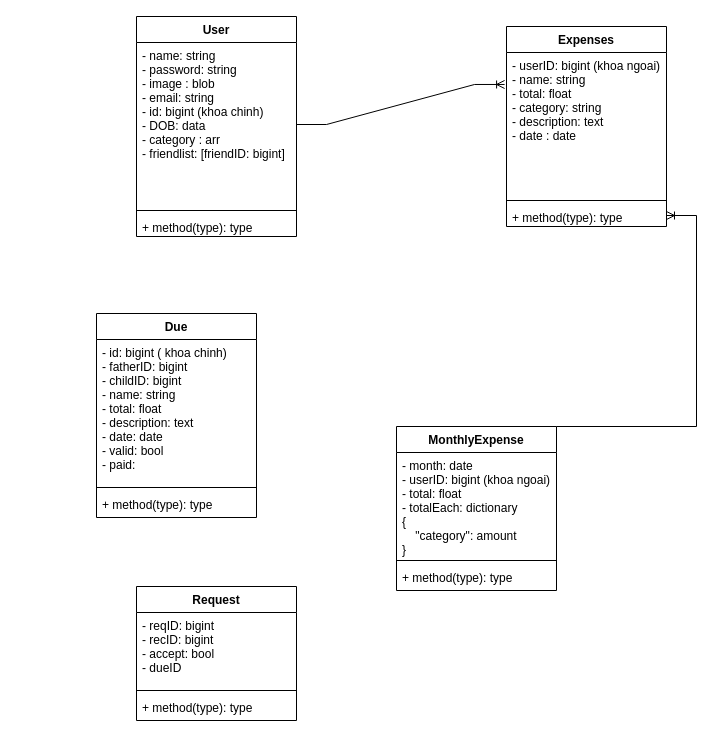
The draw.io diagram Untitled Diagram.drawio in doxkhai/Visno, before the edit. Source tidied: cells renumbered, new cells numbered last; positions are measured from the earlier drawing's top-left corner, leaving out a move shared by most shapes. Both pictures are drawn from the tidied source at 100%, with x=0, y=0 at pixel (96, 16).
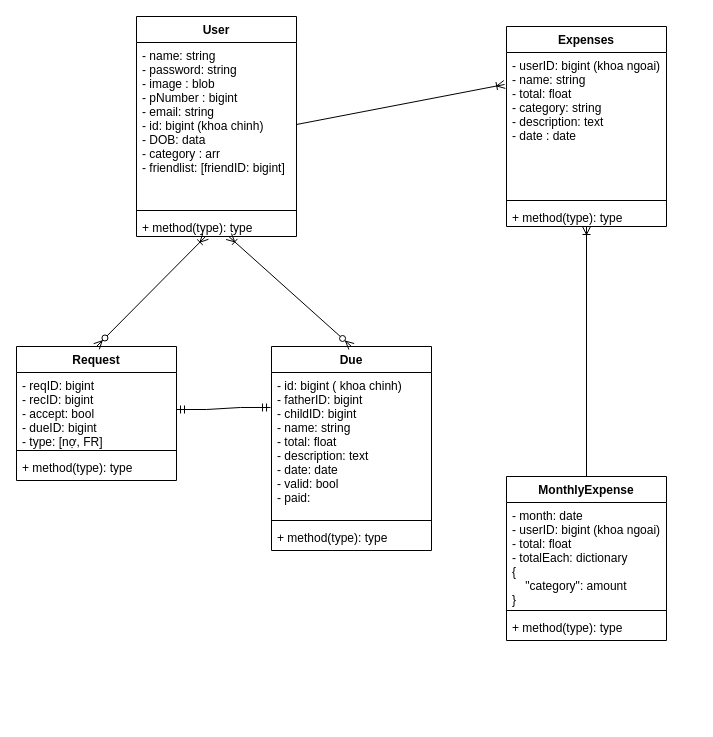
Above is the later version.

Unchanged cells that the change refers to:
```xml
<mxCell id="2" value="User" style="swimlane;fontStyle=1;align=center;verticalAlign=top;horizontal=1;startSize=26;" parent="1" vertex="1">
  <mxGeometry x="40" width="160" height="220" as="geometry" />
</mxCell>
<mxCell id="5" value="+ method(type): type" style="text;strokeColor=none;fillColor=none;align=left;verticalAlign=top;spacingLeft=4;spacingRight=4;overflow=hidden;points=[[0,0.5],[1,0.5]];portConstraint=eastwest;" parent="2" vertex="1">
  <mxGeometry y="198" width="160" height="22" as="geometry" />
</mxCell>
<mxCell id="7" value="- userID: bigint (khoa ngoai)&#10;- name: string&#10;- total: float&#10;- category: string&#10;- description: text&#10;- date : date" style="text;strokeColor=none;fillColor=none;align=left;verticalAlign=top;spacingLeft=4;spacingRight=4;overflow=hidden;points=[[0,0.5],[1,0.5]];portConstraint=eastwest;" parent="6" vertex="1">
  <mxGeometry y="26" width="160" height="144" as="geometry" />
</mxCell>
<mxCell id="9" value="+ method(type): type" style="text;strokeColor=none;fillColor=none;align=left;verticalAlign=top;spacingLeft=4;spacingRight=4;overflow=hidden;points=[[0,0.5],[1,0.5]];portConstraint=eastwest;" parent="6" vertex="1">
  <mxGeometry y="178" width="160" height="22" as="geometry" />
</mxCell>
<mxCell id="17" value="- id: bigint ( khoa chinh)&#10;- fatherID: bigint &#10;- childID: bigint&#10;- name: string&#10;- total: float&#10;- description: text&#10;- date: date&#10;- valid: bool&#10;- paid: " style="text;strokeColor=none;fillColor=none;align=left;verticalAlign=top;spacingLeft=4;spacingRight=4;overflow=hidden;points=[[0,0.5],[1,0.5]];portConstraint=eastwest;" parent="16" vertex="1">
  <mxGeometry y="26" width="160" height="144" as="geometry" />
</mxCell>
```

The edit, as a diff of the source:
```diff
@@
-    <mxCell id="3" value="- name: string&#10;- password: string&#10;- image : blob&#10;- email: string&#10;- id: bigint (khoa chinh)&#10;- DOB: data&#10;- category : arr&#10;- friendlist: [friendID: bigint]" style="text;strokeColor=none;fillColor=none;align=left;verticalAlign=top;spacingLeft=4;spacingRight=4;overflow=hidden;points=[[0,0.5],[1,0.5]];portConstraint=eastwest;" parent="2" vertex="1">
+    <mxCell id="3" value="- name: string&#10;- password: string&#10;- image : blob&#10;- pNumber : bigint&#10;- email: string&#10;- id: bigint (khoa chinh)&#10;- DOB: data&#10;- category : arr&#10;- friendlist: [friendID: bigint]" style="text;strokeColor=none;fillColor=none;align=left;verticalAlign=top;spacingLeft=4;spacingRight=4;overflow=hidden;points=[[0,0.5],[1,0.5]];portConstraint=eastwest;" parent="2" vertex="1">
       <mxGeometry y="26" width="160" height="164" as="geometry" />
     </mxCell>
@@
-    <mxCell id="10" style="edgeStyle=entityRelationEdgeStyle;fontSize=12;html=1;endArrow=ERoneToMany;rounded=0;exitX=1;exitY=0.5;exitDx=0;exitDy=0;entryX=-0.012;entryY=0.222;entryDx=0;entryDy=0;entryPerimeter=0;" parent="1" edge="1" source="3" target="7">
+    <mxCell id="10" style="fontSize=12;html=1;endArrow=ERoneToMany;rounded=0;exitX=1;exitY=0.5;exitDx=0;exitDy=0;entryX=-0.012;entryY=0.222;entryDx=0;entryDy=0;entryPerimeter=0;" parent="1" edge="1" source="3" target="7">
       <mxGeometry relative="1" as="geometry" />
     </mxCell>
     <mxCell id="11" value="MonthlyExpense" style="swimlane;fontStyle=1;align=center;verticalAlign=top;horizontal=1;startSize=26;" parent="1" vertex="1">
-      <mxGeometry x="300" y="410" width="160" height="164" as="geometry" />
+      <mxGeometry x="410" y="460" width="160" height="164" as="geometry" />
     </mxCell>
@@
-    <mxCell id="15" style="edgeStyle=entityRelationEdgeStyle;fontSize=12;html=1;endArrow=ERoneToMany;rounded=0;exitX=1;exitY=0;exitDx=0;exitDy=0;" parent="1" edge="1" source="11" target="9">
+    <mxCell id="15" style="fontSize=12;html=1;endArrow=ERoneToMany;rounded=0;exitX=0.5;exitY=0;exitDx=0;exitDy=0;" parent="1" edge="1" source="11" target="9">
       <mxGeometry relative="1" as="geometry" />
     </mxCell>
     <mxCell id="16" value="Due" style="swimlane;fontStyle=1;align=center;verticalAlign=top;horizontal=1;startSize=26;" parent="1" vertex="1">
-      <mxGeometry y="297" width="160" height="204" as="geometry" />
+      <mxGeometry x="175" y="330" width="160" height="204" as="geometry" />
     </mxCell>
@@
     <mxCell id="20" value="Request" style="swimlane;fontStyle=1;align=center;verticalAlign=top;horizontal=1;startSize=26;" parent="1" vertex="1">
-      <mxGeometry x="40" y="570" width="160" height="134" as="geometry" />
+      <mxGeometry x="-80" y="330" width="160" height="134" as="geometry" />
     </mxCell>
-    <mxCell id="21" value="- reqID: bigint&#10;- recID: bigint&#10;- accept: bool&#10;- dueID" style="text;strokeColor=none;fillColor=none;align=left;verticalAlign=top;spacingLeft=4;spacingRight=4;overflow=hidden;points=[[0,0.5],[1,0.5]];portConstraint=eastwest;" parent="20" vertex="1">
+    <mxCell id="21" value="- reqID: bigint&#10;- recID: bigint&#10;- accept: bool&#10;- dueID: bigint&#10;- type: [nợ, FR]" style="text;strokeColor=none;fillColor=none;align=left;verticalAlign=top;spacingLeft=4;spacingRight=4;overflow=hidden;points=[[0,0.5],[1,0.5]];portConstraint=eastwest;" parent="20" vertex="1">
       <mxGeometry y="26" width="160" height="74" as="geometry" />
     </mxCell>
@@
+    <mxCell id="24" style="fontSize=12;html=1;endArrow=ERoneToMany;startArrow=ERzeroToMany;rounded=0;exitX=0.5;exitY=0;exitDx=0;exitDy=0;" parent="1" edge="1" source="16" target="5">
+      <mxGeometry relative="1" as="geometry" />
+    </mxCell>
+    <mxCell id="25" style="fontSize=12;html=1;endArrow=ERoneToMany;startArrow=ERzeroToMany;rounded=0;exitX=0.5;exitY=0;exitDx=0;exitDy=0;" parent="1" edge="1" source="20" target="5">
+      <mxGeometry relative="1" as="geometry" />
+    </mxCell>
+    <mxCell id="26" style="edgeStyle=entityRelationEdgeStyle;fontSize=12;html=1;endArrow=ERmandOne;startArrow=ERmandOne;rounded=0;exitX=1;exitY=0.5;exitDx=0;exitDy=0;entryX=-0.006;entryY=0.243;entryDx=0;entryDy=0;entryPerimeter=0;" parent="1" edge="1" source="21" target="17">
+      <mxGeometry relative="1" as="geometry" />
+    </mxCell>
```
